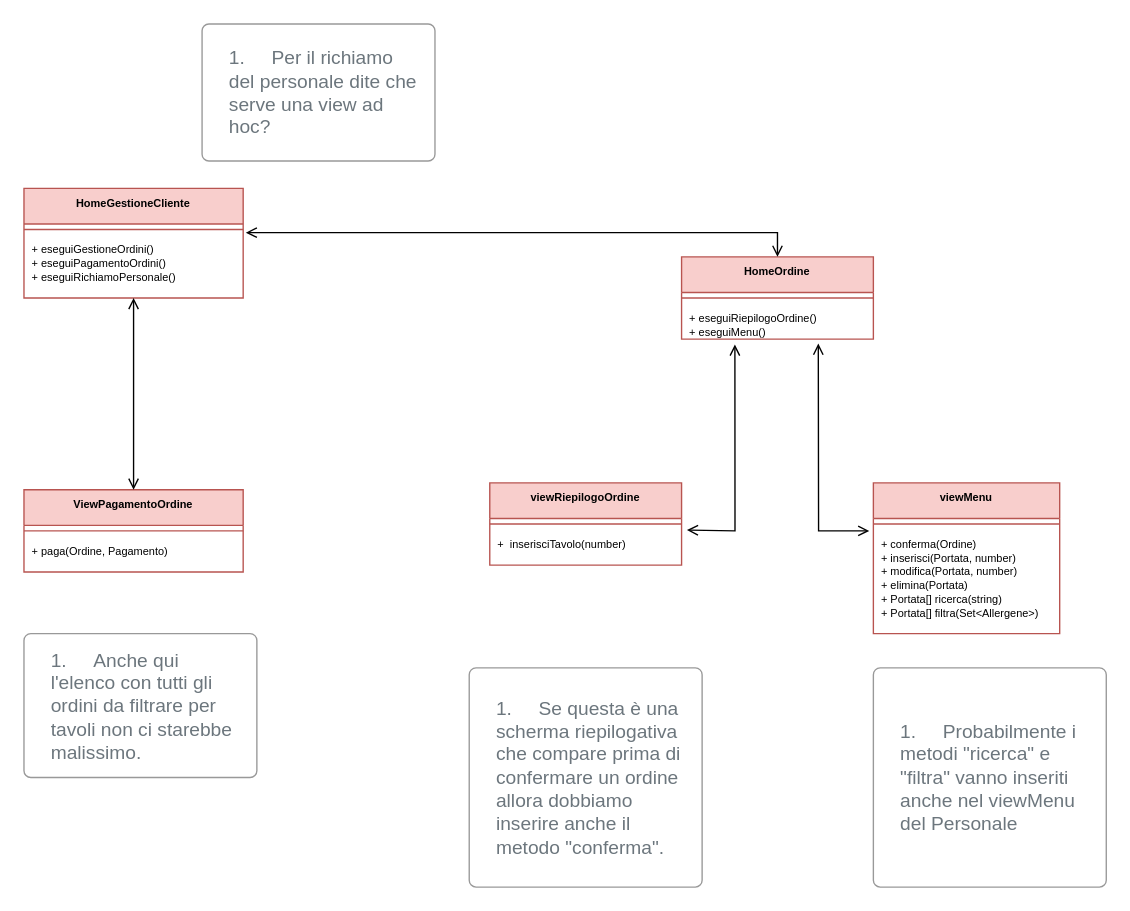
Earlier version of the draw.io diagram page "Cliente" (3 of 3) of Dettaglio view.drawio (Marco-Burattoni/Progetto-ids). Source tidied: cells renumbered, new cells numbered last; positions are measured from the earlier drawing's top-left corner, leaving out a move shared by most shapes. Both pictures are drawn from the tidied source at 137%, with x=0, y=0 at pixel (23, 23).
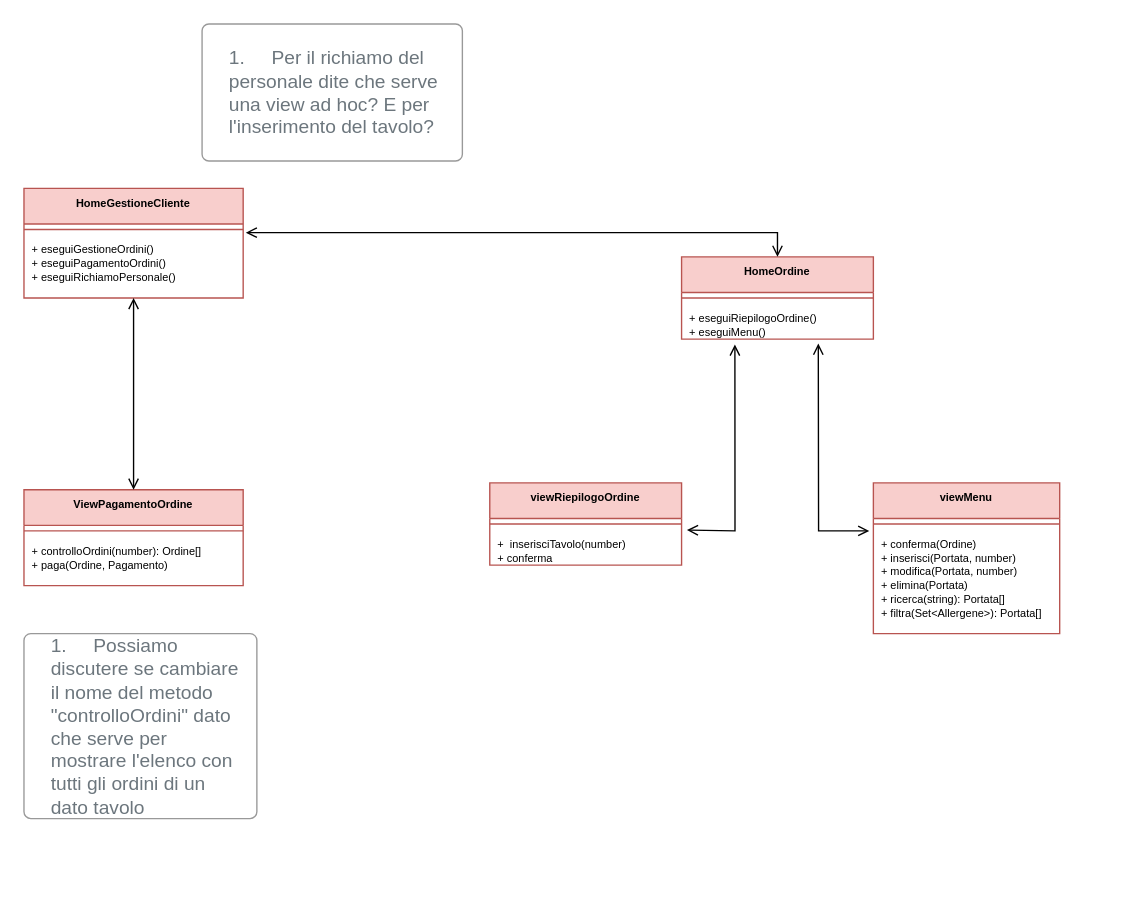
The same diagram, later.

Unchanged cells that the change refers to:
```xml
<mxCell id="11" value="viewRiepilogoOrdine" style="swimlane;fontStyle=1;align=center;verticalAlign=top;horizontal=1;startSize=26;strokeColor=#B85450;fontSize=8;fillColor=#F8CECC;" parent="1" vertex="1">
  <mxGeometry x="340" y="335" width="140" height="60" as="geometry" />
</mxCell>
<mxCell id="14" value="viewMenu" style="swimlane;fontStyle=1;align=center;verticalAlign=top;horizontal=1;startSize=26;strokeColor=#B85450;fontSize=8;fillColor=#F8CECC;" parent="1" vertex="1">
  <mxGeometry x="620" y="335" width="136" height="110" as="geometry" />
</mxCell>
```

The edit, as a diff of the source:
```diff
@@
     <mxCell id="5" value="ViewPagamentoOrdine" style="swimlane;fontStyle=1;align=center;verticalAlign=top;horizontal=1;startSize=26;strokeColor=#B85450;fontSize=8;fillColor=#F8CECC;" parent="1" vertex="1">
-      <mxGeometry y="340" width="160" height="60" as="geometry" />
+      <mxGeometry y="340" width="160" height="70" as="geometry" />
     </mxCell>
@@
-    <mxCell id="7" value="+ paga(Ordine, Pagamento)" style="text;strokeColor=none;fillColor=none;align=left;verticalAlign=top;spacingLeft=4;spacingRight=4;overflow=hidden;fontSize=8;" parent="5" vertex="1">
-      <mxGeometry y="34" width="160" height="26" as="geometry" />
+    <mxCell id="7" value="+ controlloOrdini(number): Ordine[]&#10;+ paga(Ordine, Pagamento)" style="text;strokeColor=none;fillColor=none;align=left;verticalAlign=top;spacingLeft=4;spacingRight=4;overflow=hidden;fontSize=8;" parent="5" vertex="1">
+      <mxGeometry y="34" width="160" height="36" as="geometry" />
     </mxCell>
@@
-    <mxCell id="13" value="+  inserisciTavolo(number)" style="text;strokeColor=none;fillColor=none;align=left;verticalAlign=top;spacingLeft=4;spacingRight=4;overflow=hidden;points=[[0,0.5],[1,0.5]];portConstraint=eastwest;fontSize=8;" parent="11" vertex="1">
+    <mxCell id="13" value="+  inserisciTavolo(number)&#10;+ conferma" style="text;strokeColor=none;fillColor=none;align=left;verticalAlign=top;spacingLeft=4;spacingRight=4;overflow=hidden;points=[[0,0.5],[1,0.5]];portConstraint=eastwest;fontSize=8;" parent="11" vertex="1">
       <mxGeometry y="34" width="140" height="26" as="geometry" />
     </mxCell>
@@
-    <mxCell id="16" value="+ conferma(Ordine)&#10;+ inserisci(Portata, number)&#10;+ modifica(Portata, number)&#10;+ elimina(Portata)&#10;+ Portata[] ricerca(string)&#10;+ Portata[] filtra(Set&lt;Allergene&gt;)" style="text;strokeColor=none;fillColor=none;align=left;verticalAlign=top;spacingLeft=4;spacingRight=4;overflow=hidden;fontSize=8;" parent="14" vertex="1">
+    <mxCell id="16" value="+ conferma(Ordine)&#10;+ inserisci(Portata, number)&#10;+ modifica(Portata, number)&#10;+ elimina(Portata)&#10;+ ricerca(string): Portata[]&#10;+ filtra(Set&lt;Allergene&gt;): Portata[]" style="text;strokeColor=none;fillColor=none;align=left;verticalAlign=top;spacingLeft=4;spacingRight=4;overflow=hidden;fontSize=8;" parent="14" vertex="1">
       <mxGeometry y="34" width="136" height="76" as="geometry" />
     </mxCell>
@@
-    <mxCell id="19" value="1.&lt;span style=&quot;white-space: pre;&quot;&gt;&#9;&lt;/span&gt;Se questa è una scherma riepilogativa che compare prima di confermare un ordine allora dobbiamo inserire anche il metodo &quot;conferma&quot;." style="html=1;shadow=0;dashed=0;shape=mxgraph.bootstrap.rrect;rSize=5;strokeColor=#999999;strokeWidth=1;fillColor=#FFFFFF;fontColor=#6C767D;whiteSpace=wrap;align=left;verticalAlign=middle;spacingLeft=10;fontSize=14;spacing=10;" parent="1" vertex="1">
-      <mxGeometry x="325" y="470" width="170" height="160" as="geometry" />
-    </mxCell>
-    <mxCell id="20" value="1.&lt;span style=&quot;white-space: pre;&quot;&gt;&#9;&lt;/span&gt;Probabilmente i metodi &quot;ricerca&quot; e &quot;filtra&quot; vanno inseriti anche nel viewMenu del Personale" style="html=1;shadow=0;dashed=0;shape=mxgraph.bootstrap.rrect;rSize=5;strokeColor=#999999;strokeWidth=1;fillColor=#FFFFFF;fontColor=#6C767D;whiteSpace=wrap;align=left;verticalAlign=middle;spacingLeft=10;fontSize=14;spacing=10;" parent="1" vertex="1">
-      <mxGeometry x="620" y="470" width="170" height="160" as="geometry" />
-    </mxCell>
-    <mxCell id="21" value="1.&lt;span style=&quot;white-space: pre;&quot;&gt;&#9;&lt;/span&gt;Per il richiamo del personale dite che serve una view ad hoc?" style="html=1;shadow=0;dashed=0;shape=mxgraph.bootstrap.rrect;rSize=5;strokeColor=#999999;strokeWidth=1;fillColor=#FFFFFF;fontColor=#6C767D;whiteSpace=wrap;align=left;verticalAlign=middle;spacingLeft=10;fontSize=14;spacing=10;" parent="1" vertex="1">
-      <mxGeometry x="130" width="170" height="100" as="geometry" />
+    <mxCell id="21" value="1.&lt;span style=&quot;white-space: pre;&quot;&gt;&#9;&lt;/span&gt;Per il richiamo del personale dite che serve una view ad hoc? E per l'inserimento del tavolo?" style="html=1;shadow=0;dashed=0;shape=mxgraph.bootstrap.rrect;rSize=5;strokeColor=#999999;strokeWidth=1;fillColor=#FFFFFF;fontColor=#6C767D;whiteSpace=wrap;align=left;verticalAlign=middle;spacingLeft=10;fontSize=14;spacing=10;" parent="1" vertex="1">
+      <mxGeometry x="130" width="190" height="100" as="geometry" />
     </mxCell>
@@
-    <mxCell id="23" value="1.&lt;span style=&quot;white-space: pre;&quot;&gt;&#9;&lt;/span&gt;Anche qui l'elenco con tutti gli ordini da filtrare per tavoli non ci starebbe malissimo." style="html=1;shadow=0;dashed=0;shape=mxgraph.bootstrap.rrect;rSize=5;strokeColor=#999999;strokeWidth=1;fillColor=#FFFFFF;fontColor=#6C767D;whiteSpace=wrap;align=left;verticalAlign=middle;spacingLeft=10;fontSize=14;spacing=10;" parent="1" vertex="1">
-      <mxGeometry y="445" width="170" height="105" as="geometry" />
+    <mxCell id="23" value="1.&lt;span style=&quot;white-space: pre;&quot;&gt;&#9;&lt;/span&gt;Possiamo discutere se cambiare il nome del metodo &quot;controlloOrdini&quot; dato che serve per mostrare l'elenco con tutti gli ordini di un dato tavolo&lt;br&gt;" style="html=1;shadow=0;dashed=0;shape=mxgraph.bootstrap.rrect;rSize=5;strokeColor=#999999;strokeWidth=1;fillColor=#FFFFFF;fontColor=#6C767D;whiteSpace=wrap;align=left;verticalAlign=middle;spacingLeft=10;fontSize=14;spacing=10;" parent="1" vertex="1">
+      <mxGeometry y="445" width="170" height="135" as="geometry" />
     </mxCell>
```
